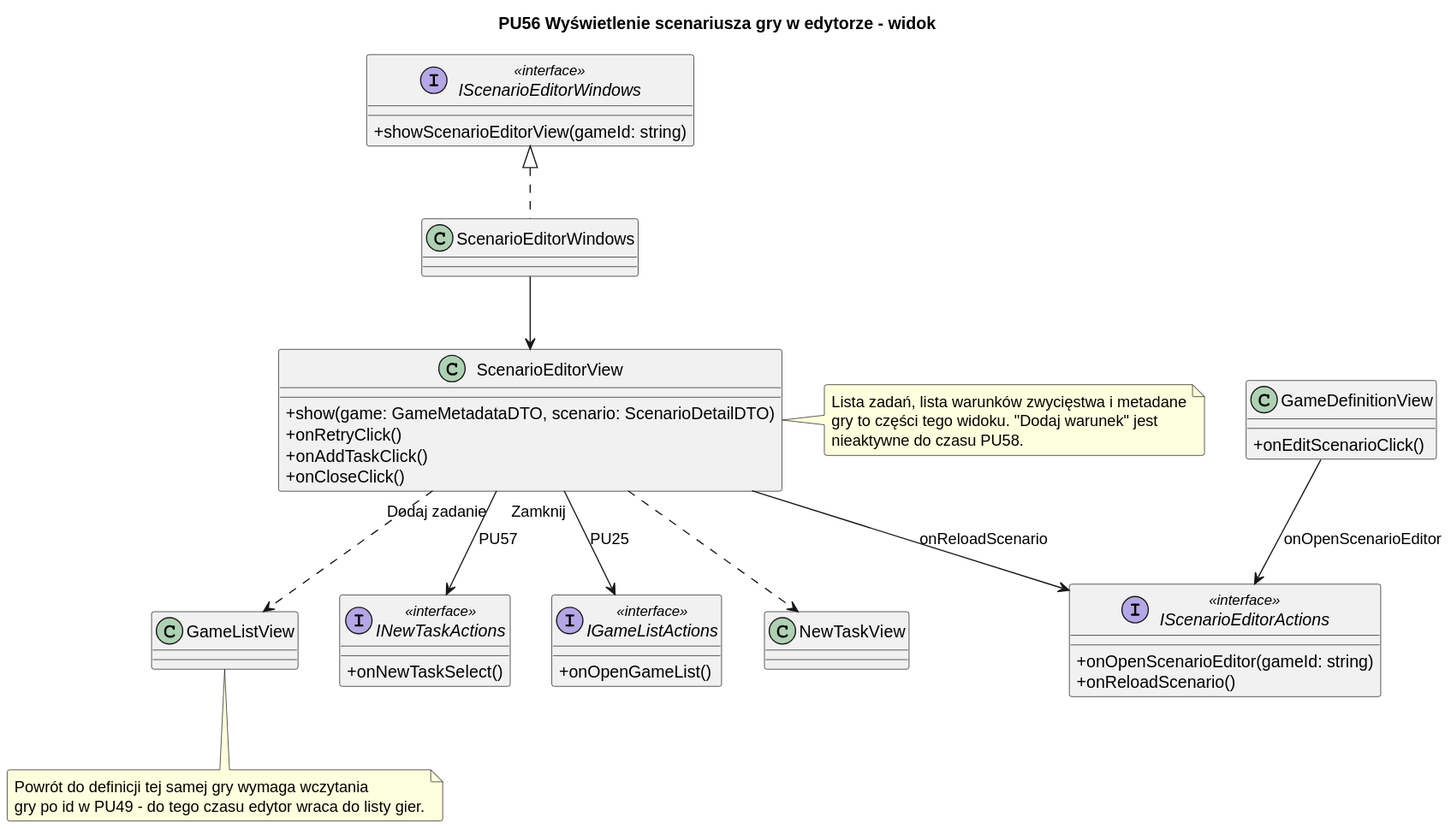
Earlier version of the PlantUML export diagrams/frontend/rendered/scenario-editor-view.svg (Igor-Ochocki/POP-2026Z).
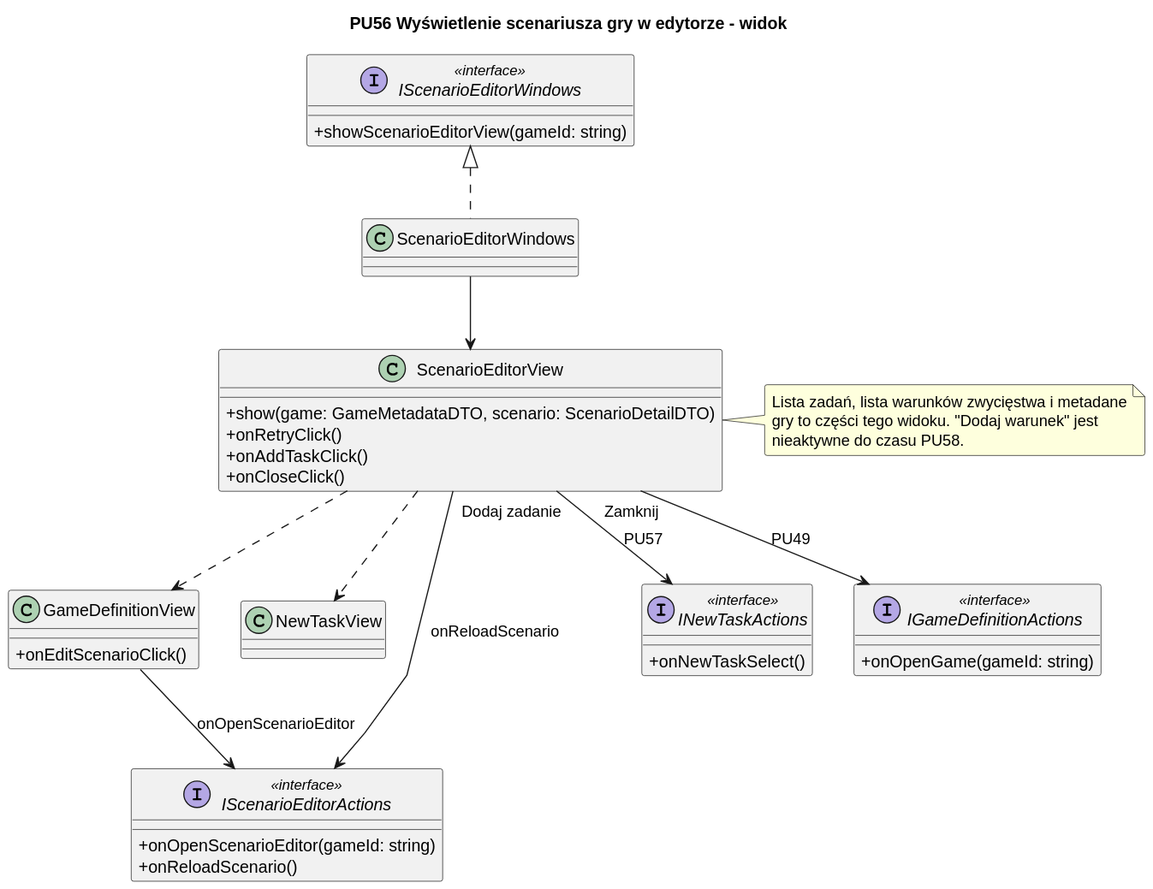
The same file after the commit.

The edit, as a diff of the source:
```diff
@@ -19,7 +19,6 @@
 }
 
 class NewTaskView
-class GameListView
 
 interface IScenarioEditorActions <<interface>> {
     + onOpenScenarioEditor(gameId: string)
@@ -30,8 +29,8 @@
     + onNewTaskSelect()
 }
 
-interface IGameListActions <<interface>> {
-    + onOpenGameList()
+interface IGameDefinitionActions <<interface>> {
+    + onOpenGame(gameId: string)
 }
 
 interface IScenarioEditorWindows <<interface>> {
@@ -43,22 +42,17 @@
 GameDefinitionView --> IScenarioEditorActions : onOpenScenarioEditor
 ScenarioEditorView --> IScenarioEditorActions : onReloadScenario
 ScenarioEditorView --> INewTaskActions : "Dodaj zadanie" (PU57)
-ScenarioEditorView --> IGameListActions : "Zamknij" (PU25)
+ScenarioEditorView --> IGameDefinitionActions : "Zamknij" (PU49)
 
 ScenarioEditorWindows .u.|> IScenarioEditorWindows
 ScenarioEditorWindows --> ScenarioEditorView
 
 ScenarioEditorView ..> NewTaskView
-ScenarioEditorView ..> GameListView
+ScenarioEditorView ..> GameDefinitionView
 
 note right of ScenarioEditorView
     Lista zadań, lista warunków zwycięstwa i metadane
     gry to części tego widoku. "Dodaj warunek" jest
     nieaktywne do czasu PU58.
 end note
-
-note bottom of GameListView
-    Powrót do definicji tej samej gry wymaga wczytania
-    gry po id w PU49 - do tego czasu edytor wraca do listy gier.
-end note
 @enduml
```
